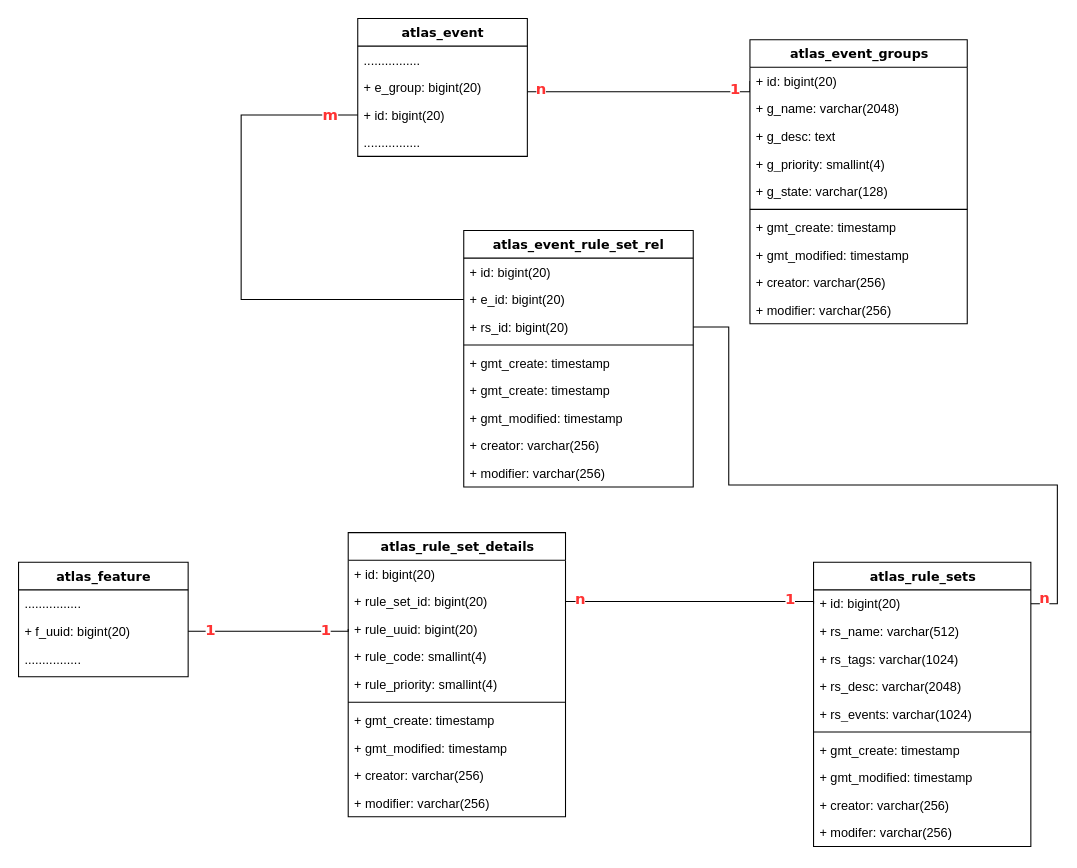
learn2Pro/draw_io_save keeps this draw.io diagram as Untitled Diagram.drawio. Above is the earlier version. Source tidied: cells renumbered, new cells numbered last; positions are measured from the earlier drawing's top-left corner, leaving out a move shared by most shapes. Both pictures are drawn from the tidied source at 106%, with x=0, y=0 at pixel (18, 18).
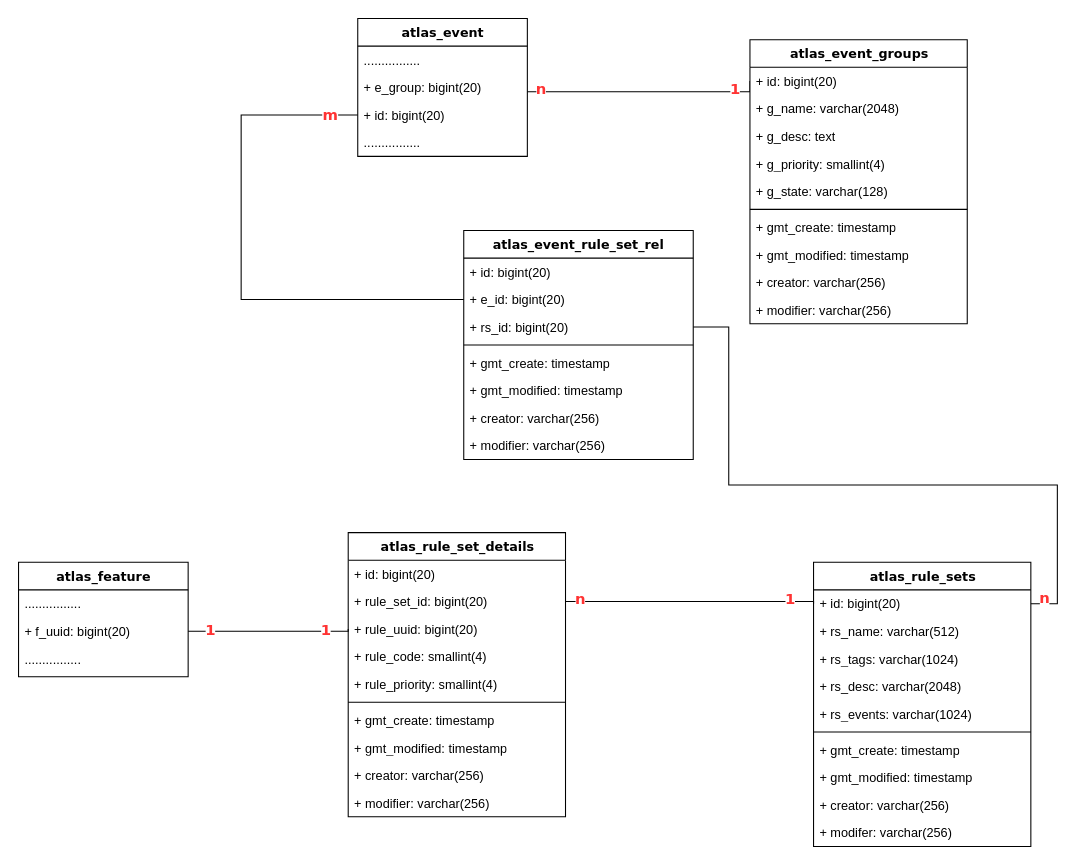
The same diagram, later.

Change to the diagram source:
```diff
@@
     <mxCell id="53" value="atlas_event_rule_set_rel" style="swimlane;html=1;fontStyle=1;align=center;verticalAlign=top;horizontal=1;startSize=26;swimlaneFillColor=#ffffff;rounded=0;shadow=0;comic=0;labelBackgroundColor=none;strokeWidth=1;fillColor=none;fontFamily=Verdana;fontSize=12;" parent="1" vertex="1">
-      <mxGeometry x="420" y="200" width="216.5" height="242" as="geometry" />
+      <mxGeometry x="420" y="200" width="216.5" height="216" as="geometry" />
     </mxCell>
@@
-    <mxCell id="58" value="+ gmt_create: timestamp" style="text;html=1;strokeColor=none;fillColor=none;align=left;verticalAlign=top;spacingLeft=4;spacingRight=4;whiteSpace=wrap;overflow=hidden;" parent="53" vertex="1">
-      <mxGeometry y="112" width="216.5" height="26" as="geometry" />
-    </mxCell>
     <mxCell id="59" value="+ gmt_create: timestamp" style="text;html=1;strokeColor=none;fillColor=none;align=left;verticalAlign=top;spacingLeft=4;spacingRight=4;whiteSpace=wrap;overflow=hidden;" parent="53" vertex="1">
-      <mxGeometry y="138" width="216.5" height="26" as="geometry" />
+      <mxGeometry y="112" width="216.5" height="26" as="geometry" />
     </mxCell>
     <mxCell id="60" value="+ gmt_modified: timestamp" style="text;html=1;strokeColor=none;fillColor=none;align=left;verticalAlign=top;spacingLeft=4;spacingRight=4;whiteSpace=wrap;overflow=hidden;" parent="53" vertex="1">
-      <mxGeometry y="164" width="216.5" height="26" as="geometry" />
+      <mxGeometry y="138" width="216.5" height="26" as="geometry" />
     </mxCell>
     <mxCell id="61" value="+ creator: varchar(256)" style="text;html=1;strokeColor=none;fillColor=none;align=left;verticalAlign=top;spacingLeft=4;spacingRight=4;whiteSpace=wrap;overflow=hidden;" parent="53" vertex="1">
-      <mxGeometry y="190" width="216.5" height="26" as="geometry" />
+      <mxGeometry y="164" width="216.5" height="26" as="geometry" />
     </mxCell>
     <mxCell id="62" value="+ modifier: varchar(256)" style="text;html=1;strokeColor=none;fillColor=none;align=left;verticalAlign=top;spacingLeft=4;spacingRight=4;whiteSpace=wrap;overflow=hidden;" parent="53" vertex="1">
-      <mxGeometry y="216" width="216.5" height="26" as="geometry" />
+      <mxGeometry y="190" width="216.5" height="26" as="geometry" />
     </mxCell>
```
